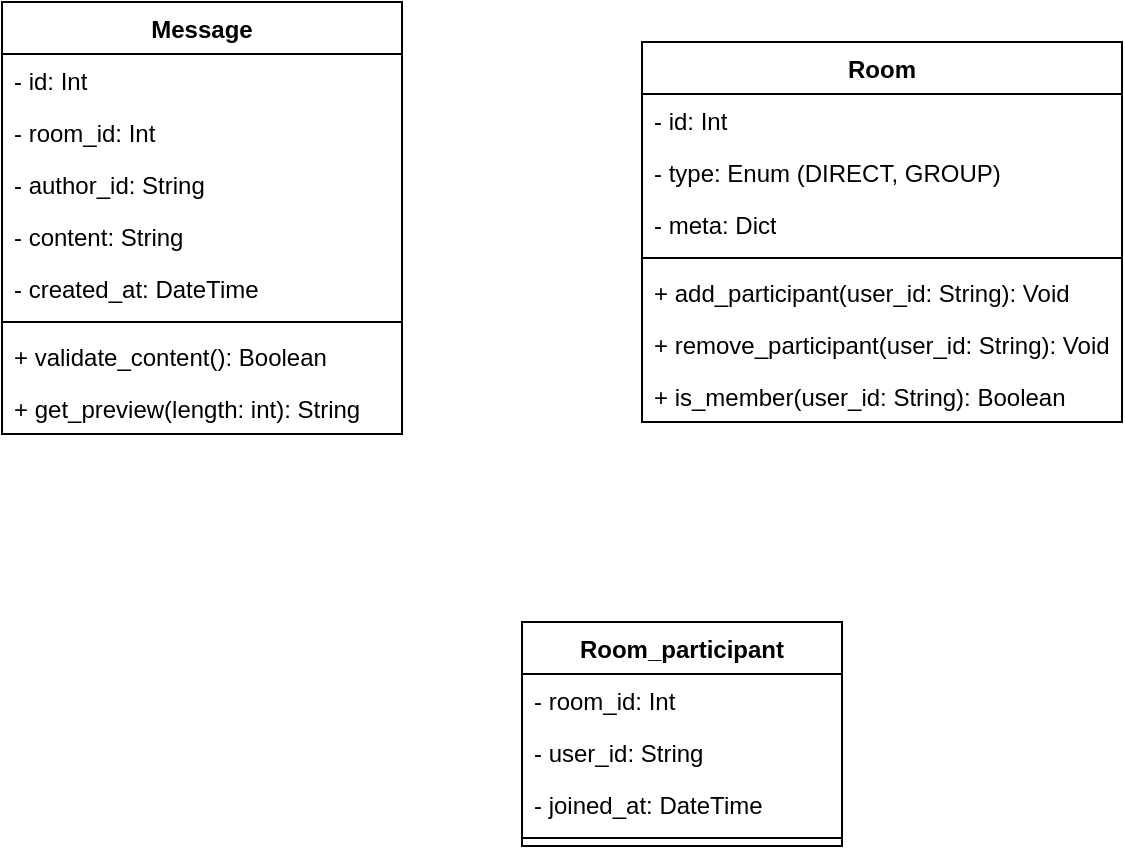
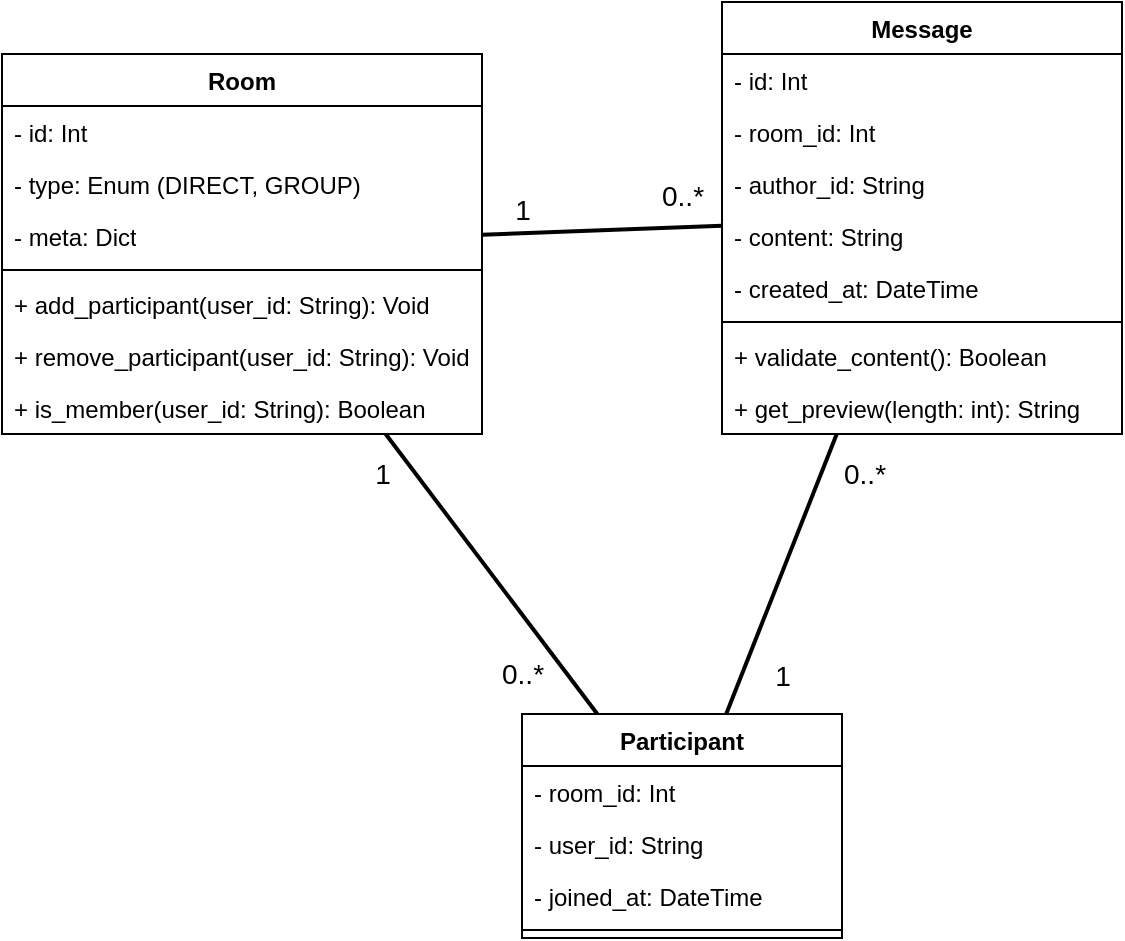
<mxfile host="app.diagrams.net">
  <diagram name="Страница-1" id="v-8ZpGm3nHZSMEocTNi6">
    <mxGraphModel dx="1238" dy="867" grid="1" gridSize="10" guides="1" tooltips="1" connect="1" arrows="1" fold="1" page="1" pageScale="1" pageWidth="827" pageHeight="1169" math="0" shadow="0">
      <root>
        <mxCell id="0" />
        <mxCell id="1" parent="0" />
        <mxCell id="JU-rbmONQTexaCJ6_XQ9-1" parent="1" style="swimlane;fontStyle=1;align=center;verticalAlign=top;childLayout=stackLayout;horizontal=1;startSize=26;horizontalStack=0;resizeParent=1;resizeParentMax=0;resizeLast=0;collapsible=1;marginBottom=0;whiteSpace=wrap;html=1;" value="Message" vertex="1">
-           <mxGeometry height="216" width="200" x="130" y="140" as="geometry" />
+           <mxGeometry height="216" width="200" x="490" y="94" as="geometry" />
        </mxCell>
        <mxCell id="JU-rbmONQTexaCJ6_XQ9-15" parent="JU-rbmONQTexaCJ6_XQ9-1" style="text;strokeColor=none;fillColor=none;align=left;verticalAlign=top;spacingLeft=4;spacingRight=4;overflow=hidden;rotatable=0;points=[[0,0.5],[1,0.5]];portConstraint=eastwest;whiteSpace=wrap;html=1;" value="- id: Int" vertex="1">
          <mxGeometry height="26" width="200" y="26" as="geometry" />
        </mxCell>
        <mxCell id="JU-rbmONQTexaCJ6_XQ9-13" parent="JU-rbmONQTexaCJ6_XQ9-1" style="text;strokeColor=none;fillColor=none;align=left;verticalAlign=top;spacingLeft=4;spacingRight=4;overflow=hidden;rotatable=0;points=[[0,0.5],[1,0.5]];portConstraint=eastwest;whiteSpace=wrap;html=1;" value="- room_id: Int" vertex="1">
          <mxGeometry height="26" width="200" y="52" as="geometry" />
        </mxCell>
        <mxCell id="JU-rbmONQTexaCJ6_XQ9-2" parent="JU-rbmONQTexaCJ6_XQ9-1" style="text;strokeColor=none;fillColor=none;align=left;verticalAlign=top;spacingLeft=4;spacingRight=4;overflow=hidden;rotatable=0;points=[[0,0.5],[1,0.5]];portConstraint=eastwest;whiteSpace=wrap;html=1;" value="- author_id: String" vertex="1">
          <mxGeometry height="26" width="200" y="78" as="geometry" />
        </mxCell>
        <mxCell id="JU-rbmONQTexaCJ6_XQ9-16" parent="JU-rbmONQTexaCJ6_XQ9-1" style="text;strokeColor=none;fillColor=none;align=left;verticalAlign=top;spacingLeft=4;spacingRight=4;overflow=hidden;rotatable=0;points=[[0,0.5],[1,0.5]];portConstraint=eastwest;whiteSpace=wrap;html=1;" value="- content: String" vertex="1">
          <mxGeometry height="26" width="200" y="104" as="geometry" />
        </mxCell>
        <mxCell id="JU-rbmONQTexaCJ6_XQ9-18" parent="JU-rbmONQTexaCJ6_XQ9-1" style="text;strokeColor=none;fillColor=none;align=left;verticalAlign=top;spacingLeft=4;spacingRight=4;overflow=hidden;rotatable=0;points=[[0,0.5],[1,0.5]];portConstraint=eastwest;whiteSpace=wrap;html=1;" value="- created_at: DateTime" vertex="1">
          <mxGeometry height="26" width="200" y="130" as="geometry" />
        </mxCell>
        <mxCell id="JU-rbmONQTexaCJ6_XQ9-3" parent="JU-rbmONQTexaCJ6_XQ9-1" style="line;strokeWidth=1;fillColor=none;align=left;verticalAlign=middle;spacingTop=-1;spacingLeft=3;spacingRight=3;rotatable=0;labelPosition=right;points=[];portConstraint=eastwest;strokeColor=inherit;" value="" vertex="1">
          <mxGeometry height="8" width="200" y="156" as="geometry" />
        </mxCell>
        <mxCell id="JU-rbmONQTexaCJ6_XQ9-4" parent="JU-rbmONQTexaCJ6_XQ9-1" style="text;strokeColor=none;fillColor=none;align=left;verticalAlign=top;spacingLeft=4;spacingRight=4;overflow=hidden;rotatable=0;points=[[0,0.5],[1,0.5]];portConstraint=eastwest;whiteSpace=wrap;html=1;" value="+ validate_content(): Boolean" vertex="1">
          <mxGeometry height="26" width="200" y="164" as="geometry" />
        </mxCell>
        <mxCell id="JU-rbmONQTexaCJ6_XQ9-19" parent="JU-rbmONQTexaCJ6_XQ9-1" style="text;strokeColor=none;fillColor=none;align=left;verticalAlign=top;spacingLeft=4;spacingRight=4;overflow=hidden;rotatable=0;points=[[0,0.5],[1,0.5]];portConstraint=eastwest;whiteSpace=wrap;html=1;" value="&lt;div&gt;&lt;span style=&quot;background-color: transparent; color: light-dark(rgb(0, 0, 0), rgb(255, 255, 255));&quot;&gt;+ get_preview(length: int): String&lt;/span&gt;&lt;/div&gt;" vertex="1">
          <mxGeometry height="26" width="200" y="190" as="geometry" />
        </mxCell>
        <mxCell id="JU-rbmONQTexaCJ6_XQ9-5" parent="1" style="swimlane;fontStyle=1;align=center;verticalAlign=top;childLayout=stackLayout;horizontal=1;startSize=26;horizontalStack=0;resizeParent=1;resizeParentMax=0;resizeLast=0;collapsible=1;marginBottom=0;whiteSpace=wrap;html=1;" value="Room" vertex="1">
-           <mxGeometry height="190" width="240" x="450" y="160" as="geometry" />
+           <mxGeometry height="190" width="240" x="130" y="120" as="geometry" />
        </mxCell>
        <mxCell id="JU-rbmONQTexaCJ6_XQ9-20" parent="JU-rbmONQTexaCJ6_XQ9-5" style="text;strokeColor=none;fillColor=none;align=left;verticalAlign=top;spacingLeft=4;spacingRight=4;overflow=hidden;rotatable=0;points=[[0,0.5],[1,0.5]];portConstraint=eastwest;whiteSpace=wrap;html=1;" value="- id: Int" vertex="1">
          <mxGeometry height="26" width="240" y="26" as="geometry" />
        </mxCell>
        <mxCell id="JU-rbmONQTexaCJ6_XQ9-6" parent="JU-rbmONQTexaCJ6_XQ9-5" style="text;strokeColor=none;fillColor=none;align=left;verticalAlign=top;spacingLeft=4;spacingRight=4;overflow=hidden;rotatable=0;points=[[0,0.5],[1,0.5]];portConstraint=eastwest;whiteSpace=wrap;html=1;" value="&lt;div&gt;&lt;span style=&quot;background-color: transparent; color: light-dark(rgb(0, 0, 0), rgb(255, 255, 255));&quot;&gt;- type: Enum (DIRECT, GROUP)&lt;/span&gt;&lt;/div&gt;&lt;div&gt;&lt;br&gt;&lt;/div&gt;" vertex="1">
          <mxGeometry height="26" width="240" y="52" as="geometry" />
        </mxCell>
        <mxCell id="JU-rbmONQTexaCJ6_XQ9-21" parent="JU-rbmONQTexaCJ6_XQ9-5" style="text;strokeColor=none;fillColor=none;align=left;verticalAlign=top;spacingLeft=4;spacingRight=4;overflow=hidden;rotatable=0;points=[[0,0.5],[1,0.5]];portConstraint=eastwest;whiteSpace=wrap;html=1;" value="&lt;div&gt;&lt;span style=&quot;background-color: transparent; color: light-dark(rgb(0, 0, 0), rgb(255, 255, 255));&quot;&gt;- meta: Dict&lt;/span&gt;&lt;/div&gt;" vertex="1">
          <mxGeometry height="26" width="240" y="78" as="geometry" />
        </mxCell>
        <mxCell id="JU-rbmONQTexaCJ6_XQ9-7" parent="JU-rbmONQTexaCJ6_XQ9-5" style="line;strokeWidth=1;fillColor=none;align=left;verticalAlign=middle;spacingTop=-1;spacingLeft=3;spacingRight=3;rotatable=0;labelPosition=right;points=[];portConstraint=eastwest;strokeColor=inherit;" value="" vertex="1">
          <mxGeometry height="8" width="240" y="104" as="geometry" />
        </mxCell>
        <mxCell id="JU-rbmONQTexaCJ6_XQ9-8" parent="JU-rbmONQTexaCJ6_XQ9-5" style="text;strokeColor=none;fillColor=none;align=left;verticalAlign=top;spacingLeft=4;spacingRight=4;overflow=hidden;rotatable=0;points=[[0,0.5],[1,0.5]];portConstraint=eastwest;whiteSpace=wrap;html=1;" value="+ add_participant(user_id: String): Void" vertex="1">
          <mxGeometry height="26" width="240" y="112" as="geometry" />
        </mxCell>
        <mxCell id="JU-rbmONQTexaCJ6_XQ9-22" parent="JU-rbmONQTexaCJ6_XQ9-5" style="text;strokeColor=none;fillColor=none;align=left;verticalAlign=top;spacingLeft=4;spacingRight=4;overflow=hidden;rotatable=0;points=[[0,0.5],[1,0.5]];portConstraint=eastwest;whiteSpace=wrap;html=1;" value="&lt;div&gt;&lt;span style=&quot;background-color: transparent; color: light-dark(rgb(0, 0, 0), rgb(255, 255, 255));&quot;&gt;+ remove_participant(user_id: String): Void&lt;/span&gt;&lt;/div&gt;" vertex="1">
          <mxGeometry height="26" width="240" y="138" as="geometry" />
        </mxCell>
        <mxCell id="JU-rbmONQTexaCJ6_XQ9-23" parent="JU-rbmONQTexaCJ6_XQ9-5" style="text;strokeColor=none;fillColor=none;align=left;verticalAlign=top;spacingLeft=4;spacingRight=4;overflow=hidden;rotatable=0;points=[[0,0.5],[1,0.5]];portConstraint=eastwest;whiteSpace=wrap;html=1;" value="&lt;div&gt;&lt;span style=&quot;background-color: transparent; color: light-dark(rgb(0, 0, 0), rgb(255, 255, 255));&quot;&gt;+ is_member(user_id: String): Boolean&lt;/span&gt;&lt;/div&gt;" vertex="1">
          <mxGeometry height="26" width="240" y="164" as="geometry" />
        </mxCell>
-         <mxCell id="JU-rbmONQTexaCJ6_XQ9-9" parent="1" style="swimlane;fontStyle=1;align=center;verticalAlign=top;childLayout=stackLayout;horizontal=1;startSize=26;horizontalStack=0;resizeParent=1;resizeParentMax=0;resizeLast=0;collapsible=1;marginBottom=0;whiteSpace=wrap;html=1;" value="Room_participant" vertex="1">
+         <mxCell id="JU-rbmONQTexaCJ6_XQ9-9" parent="1" style="swimlane;fontStyle=1;align=center;verticalAlign=top;childLayout=stackLayout;horizontal=1;startSize=26;horizontalStack=0;resizeParent=1;resizeParentMax=0;resizeLast=0;collapsible=1;marginBottom=0;whiteSpace=wrap;html=1;" value="Participant" vertex="1">
          <mxGeometry height="112" width="160" x="390" y="450" as="geometry" />
        </mxCell>
        <mxCell id="JU-rbmONQTexaCJ6_XQ9-10" parent="JU-rbmONQTexaCJ6_XQ9-9" style="text;strokeColor=none;fillColor=none;align=left;verticalAlign=top;spacingLeft=4;spacingRight=4;overflow=hidden;rotatable=0;points=[[0,0.5],[1,0.5]];portConstraint=eastwest;whiteSpace=wrap;html=1;" value="- room_id: Int" vertex="1">
          <mxGeometry height="26" width="160" y="26" as="geometry" />
        </mxCell>
        <mxCell id="JU-rbmONQTexaCJ6_XQ9-24" parent="JU-rbmONQTexaCJ6_XQ9-9" style="text;strokeColor=none;fillColor=none;align=left;verticalAlign=top;spacingLeft=4;spacingRight=4;overflow=hidden;rotatable=0;points=[[0,0.5],[1,0.5]];portConstraint=eastwest;whiteSpace=wrap;html=1;" value="- user_id: String" vertex="1">
          <mxGeometry height="26" width="160" y="52" as="geometry" />
        </mxCell>
        <mxCell id="JU-rbmONQTexaCJ6_XQ9-25" parent="JU-rbmONQTexaCJ6_XQ9-9" style="text;strokeColor=none;fillColor=none;align=left;verticalAlign=top;spacingLeft=4;spacingRight=4;overflow=hidden;rotatable=0;points=[[0,0.5],[1,0.5]];portConstraint=eastwest;whiteSpace=wrap;html=1;" value="- joined_at: DateTime" vertex="1">
          <mxGeometry height="26" width="160" y="78" as="geometry" />
        </mxCell>
        <mxCell id="JU-rbmONQTexaCJ6_XQ9-11" parent="JU-rbmONQTexaCJ6_XQ9-9" style="line;strokeWidth=1;fillColor=none;align=left;verticalAlign=middle;spacingTop=-1;spacingLeft=3;spacingRight=3;rotatable=0;labelPosition=right;points=[];portConstraint=eastwest;strokeColor=inherit;" value="" vertex="1">
          <mxGeometry height="8" width="160" y="104" as="geometry" />
        </mxCell>
+         <mxCell id="JU-rbmONQTexaCJ6_XQ9-26" edge="1" parent="1" source="JU-rbmONQTexaCJ6_XQ9-5" style="endArrow=none;html=1;rounded=0;strokeWidth=2;" target="JU-rbmONQTexaCJ6_XQ9-1" value="">
+           <mxGeometry height="50" relative="1" width="50" as="geometry">
+             <mxPoint x="450" y="400" as="sourcePoint" />
+             <mxPoint x="500" y="350" as="targetPoint" />
+           </mxGeometry>
+         </mxCell>
+         <mxCell id="JU-rbmONQTexaCJ6_XQ9-28" connectable="0" parent="JU-rbmONQTexaCJ6_XQ9-26" style="edgeLabel;html=1;align=center;verticalAlign=middle;resizable=0;points=[];" value="&lt;font style=&quot;font-size: 14px;&quot;&gt;1&lt;/font&gt;" vertex="1">
+           <mxGeometry relative="1" x="-0.6497" as="geometry">
+             <mxPoint x="-1" y="-12" as="offset" />
+           </mxGeometry>
+         </mxCell>
+         <mxCell id="JU-rbmONQTexaCJ6_XQ9-29" connectable="0" parent="JU-rbmONQTexaCJ6_XQ9-26" style="edgeLabel;html=1;align=center;verticalAlign=middle;resizable=0;points=[];" value="&lt;font style=&quot;font-size: 14px;&quot;&gt;0..*&lt;/font&gt;" vertex="1">
+           <mxGeometry relative="1" x="0.7523" y="-1" as="geometry">
+             <mxPoint x="-5" y="-17" as="offset" />
+           </mxGeometry>
+         </mxCell>
+         <mxCell id="JU-rbmONQTexaCJ6_XQ9-30" edge="1" parent="1" source="JU-rbmONQTexaCJ6_XQ9-5" style="endArrow=none;html=1;rounded=0;strokeWidth=2;" target="JU-rbmONQTexaCJ6_XQ9-9" value="">
+           <mxGeometry height="50" relative="1" width="50" as="geometry">
+             <mxPoint x="350" y="354" as="sourcePoint" />
+             <mxPoint x="470" y="350" as="targetPoint" />
+           </mxGeometry>
+         </mxCell>
+         <mxCell id="JU-rbmONQTexaCJ6_XQ9-31" connectable="0" parent="JU-rbmONQTexaCJ6_XQ9-30" style="edgeLabel;html=1;align=center;verticalAlign=middle;resizable=0;points=[];" value="&lt;font style=&quot;font-size: 14px;&quot;&gt;1&lt;/font&gt;" vertex="1">
+           <mxGeometry relative="1" x="-0.6497" as="geometry">
+             <mxPoint x="-20" y="-5" as="offset" />
+           </mxGeometry>
+         </mxCell>
+         <mxCell id="JU-rbmONQTexaCJ6_XQ9-32" connectable="0" parent="JU-rbmONQTexaCJ6_XQ9-30" style="edgeLabel;html=1;align=center;verticalAlign=middle;resizable=0;points=[];" value="&lt;font style=&quot;font-size: 14px;&quot;&gt;0..*&lt;/font&gt;" vertex="1">
+           <mxGeometry relative="1" x="0.7523" y="-1" as="geometry">
+             <mxPoint x="-24" y="-4" as="offset" />
+           </mxGeometry>
+         </mxCell>
+         <mxCell id="JU-rbmONQTexaCJ6_XQ9-33" edge="1" parent="1" source="JU-rbmONQTexaCJ6_XQ9-9" style="endArrow=none;html=1;rounded=0;strokeWidth=2;" target="JU-rbmONQTexaCJ6_XQ9-1" value="">
+           <mxGeometry height="50" relative="1" width="50" as="geometry">
+             <mxPoint x="332" y="320" as="sourcePoint" />
+             <mxPoint x="438" y="460" as="targetPoint" />
+           </mxGeometry>
+         </mxCell>
+         <mxCell id="JU-rbmONQTexaCJ6_XQ9-34" connectable="0" parent="JU-rbmONQTexaCJ6_XQ9-33" style="edgeLabel;html=1;align=center;verticalAlign=middle;resizable=0;points=[];" value="&lt;font style=&quot;font-size: 14px;&quot;&gt;1&lt;/font&gt;" vertex="1">
+           <mxGeometry relative="1" x="-0.6497" as="geometry">
+             <mxPoint x="18" y="5" as="offset" />
+           </mxGeometry>
+         </mxCell>
+         <mxCell id="JU-rbmONQTexaCJ6_XQ9-35" connectable="0" parent="JU-rbmONQTexaCJ6_XQ9-33" style="edgeLabel;html=1;align=center;verticalAlign=middle;resizable=0;points=[];" value="&lt;font style=&quot;font-size: 14px;&quot;&gt;0..*&lt;/font&gt;" vertex="1">
+           <mxGeometry relative="1" x="0.7523" y="-1" as="geometry">
+             <mxPoint x="19" y="2" as="offset" />
+           </mxGeometry>
+         </mxCell>
      </root>
    </mxGraphModel>
  </diagram>
</mxfile>
